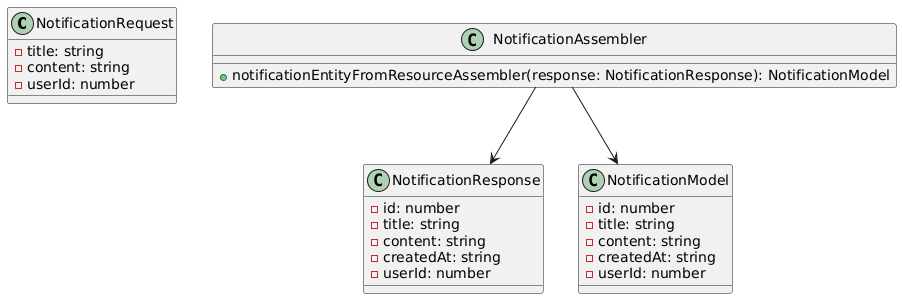
Before: assets/class-diagrams/notificationWeb.png, a diagram exported from PlantUML (wemade-IoT/Documents_Repository). The source it was exported from:
```plantuml
@startuml
class NotificationRequest {
  - title: string
  - content: string
  - userId: number
}

class NotificationResponse {
  - id: number
  - title: string
  - content: string
  - createdAt: string
  - userId: number
}

class NotificationModel {
  - id: number
  - title: string
  - content: string
  - createdAt: string
  - userId: number
}

class NotificationAssembler {
  +notificationEntityFromResourceAssembler(response: NotificationResponse): NotificationModel
}

NotificationAssembler --> NotificationResponse
NotificationAssembler --> NotificationModel
@enduml
```
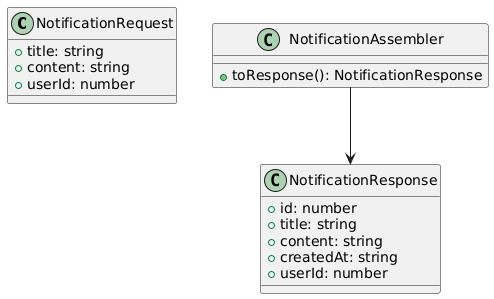
The same diagram one commit later.

Commit message:
docs: changed notification web application class diagram

Diff of the diagram source:
```diff
@@ -1,30 +1,21 @@
 @startuml
 class NotificationRequest {
-  - title: string
-  - content: string
-  - userId: number
+  +title: string
+  +content: string
+  +userId: number
 }
 
 class NotificationResponse {
-  - id: number
-  - title: string
-  - content: string
-  - createdAt: string
-  - userId: number
-}
-
-class NotificationModel {
-  - id: number
-  - title: string
-  - content: string
-  - createdAt: string
-  - userId: number
+  +id: number
+  +title: string
+  +content: string
+  +createdAt: string
+  +userId: number
 }
 
 class NotificationAssembler {
-  +notificationEntityFromResourceAssembler(response: NotificationResponse): NotificationModel
+  +toResponse(): NotificationResponse
 }
 
 NotificationAssembler --> NotificationResponse
-NotificationAssembler --> NotificationModel
 @enduml
```
